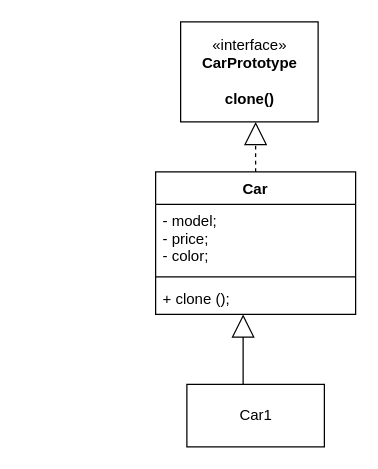
Earlier version of the draw.io diagram Creational/05_prototype/prototype.drawio (sergiymatsiuk/patterns). Source tidied: cells renumbered, new cells numbered last; positions are measured from the earlier drawing's top-left corner, leaving out a move shared by most shapes. Both pictures are drawn from the tidied source at 125%, with x=0, y=0 at pixel (155, 21).
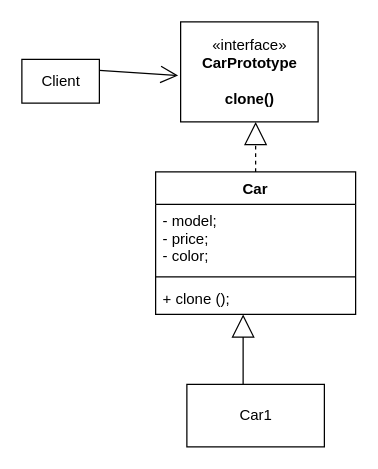
The same diagram, later.

What changed in the source:
```diff
@@
 <mxGraphModel>
   <root>
     <mxCell id="0" />
     <mxCell id="1" parent="0" />
     <mxCell id="2" value="«interface»&lt;br&gt;&lt;b&gt;CarPrototype&lt;br&gt;&lt;br&gt;clone()&lt;br&gt;&lt;/b&gt;" style="html=1;" parent="1" vertex="1">
       <mxGeometry x="20" width="110" height="80" as="geometry" />
     </mxCell>
     <mxCell id="3" value="Car" style="swimlane;fontStyle=1;align=center;verticalAlign=top;horizontal=1;startSize=26;" parent="1" vertex="1">
       <mxGeometry y="120" width="160" height="114" as="geometry" />
     </mxCell>
     <mxCell id="4" value="- model;&#10;- price;&#10;- color;" style="text;strokeColor=none;fillColor=none;align=left;verticalAlign=top;spacingLeft=4;spacingRight=4;overflow=hidden;" parent="3" vertex="1">
       <mxGeometry y="26" width="160" height="54" as="geometry" />
     </mxCell>
     <mxCell id="5" style="line;strokeWidth=1;fillColor=none;align=left;verticalAlign=middle;spacingTop=-1;spacingLeft=3;spacingRight=3;labelPosition=right;" parent="3" vertex="1">
       <mxGeometry y="80" width="160" height="8" as="geometry" />
     </mxCell>
     <mxCell id="6" value="+ clone ();" style="text;strokeColor=none;fillColor=none;align=left;verticalAlign=top;spacingLeft=4;spacingRight=4;overflow=hidden;" parent="3" vertex="1">
       <mxGeometry y="88" width="160" height="26" as="geometry" />
     </mxCell>
     <mxCell id="7" value="Extends" style="endArrow=block;endSize=16;endFill=0;html=1;dashed=1;textOpacity=0;exitX=0.5;exitY=0;exitDx=0;exitDy=0;" parent="1" edge="1" source="3">
       <mxGeometry relative="1" as="geometry">
         <mxPoint x="80" y="80" as="targetPoint" />
       </mxGeometry>
     </mxCell>
     <mxCell id="8" value="Car1" style="html=1;" parent="1" vertex="1">
       <mxGeometry x="25" y="290" width="110" height="50" as="geometry" />
     </mxCell>
     <mxCell id="9" value="Extends" style="endArrow=block;endSize=16;endFill=0;html=1;textOpacity=0;" parent="1" edge="1">
       <mxGeometry relative="1" as="geometry">
         <mxPoint x="70" y="290" as="sourcePoint" />
         <mxPoint x="70" y="234" as="targetPoint" />
       </mxGeometry>
     </mxCell>
+    <mxCell id="10" value="Client" style="html=1;" parent="1" vertex="1">
+      <mxGeometry x="-107" y="30" width="62" height="35" as="geometry" />
+    </mxCell>
+    <mxCell id="11" style="endArrow=open;endFill=1;endSize=12;html=1;exitX=1;exitY=0.25;exitDx=0;exitDy=0;" parent="1" edge="1" source="10">
+      <mxGeometry relative="1" as="geometry">
+        <mxPoint x="18" y="43" as="targetPoint" />
+      </mxGeometry>
+    </mxCell>
   </root>
 </mxGraphModel>
```
